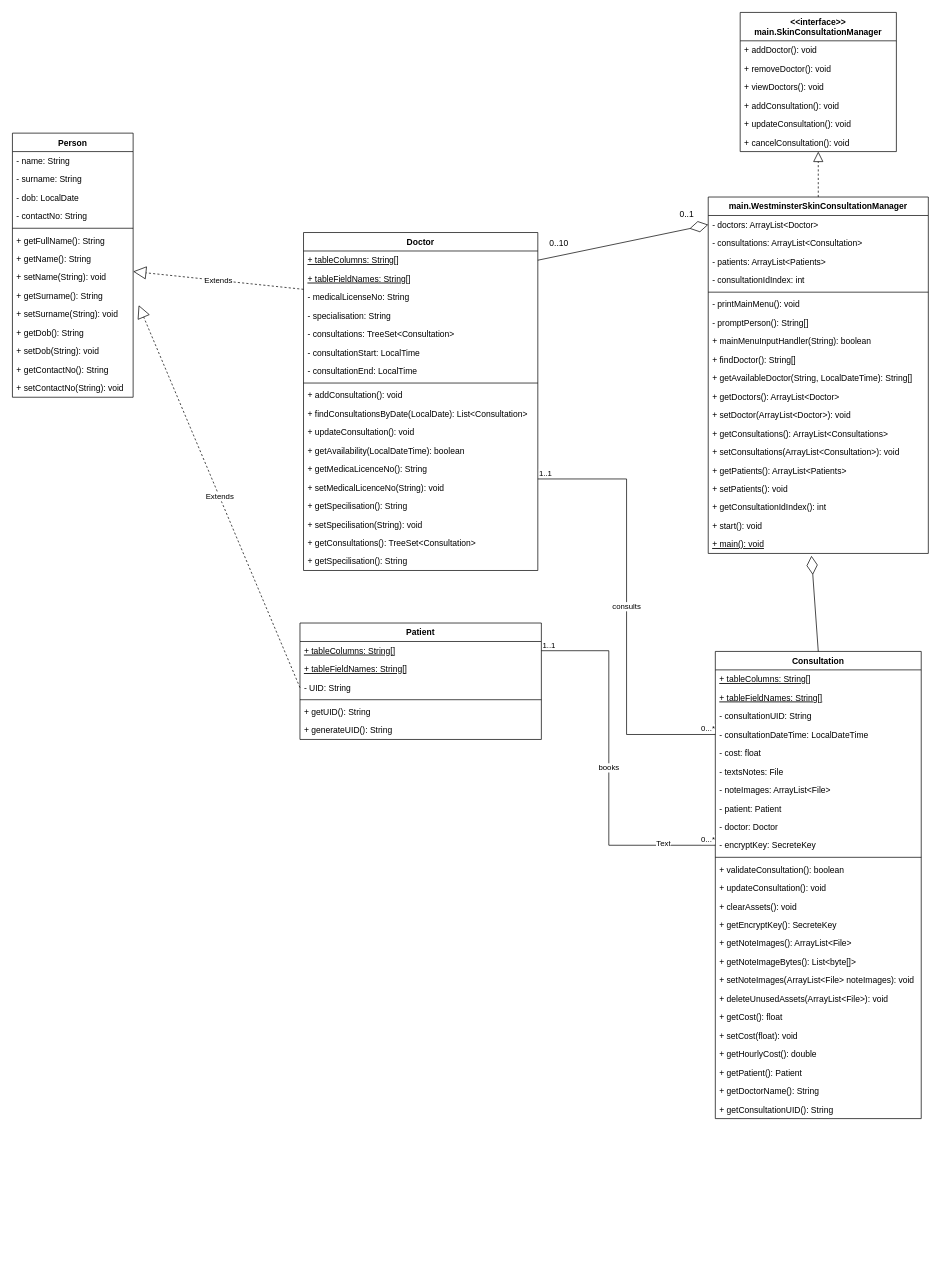
dovh-me/oop-consultationManager keeps this draw.io diagram as page "Copy of class diagram -v2" (4 of 4) of design/Untitled Diagram.drawio. Above is the earlier version. Source tidied: cells renumbered, new cells numbered last; positions are measured from the earlier drawing's top-left corner, leaving out a move shared by most shapes. Both pictures are drawn from the tidied source at 71%, with x=0, y=0 at pixel (12, 12).
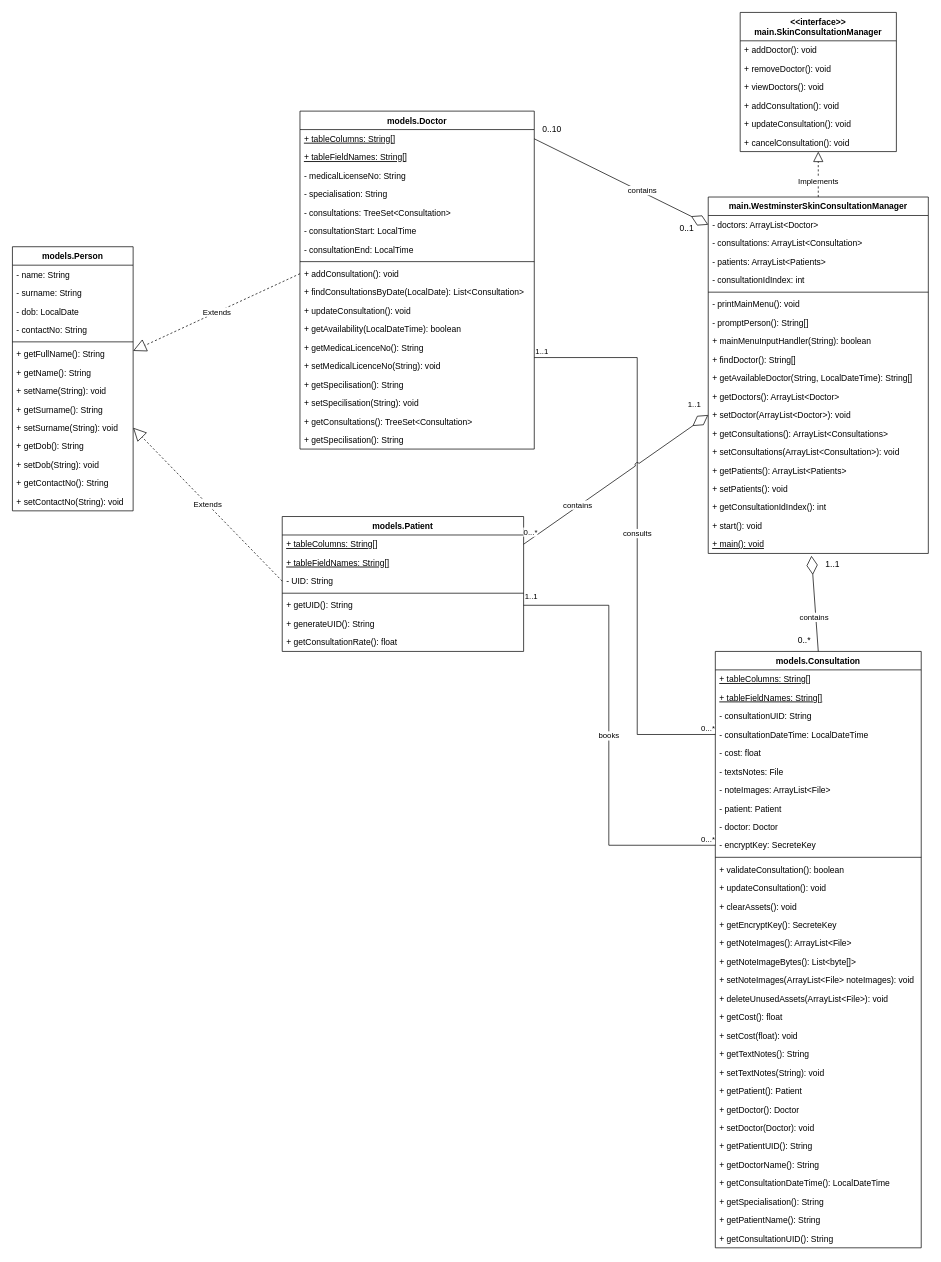
The same diagram, later.

Unchanged cells that the change refers to:
```xml
<mxCell id="12" value="+ setSurname(String): void" style="text;strokeColor=none;fillColor=none;align=left;verticalAlign=top;spacingLeft=4;spacingRight=4;overflow=hidden;points=[[0,0.5],[1,0.5]];portConstraint=eastwest;" parent="2" vertex="1">
  <mxGeometry y="242" width="170" height="26" as="geometry" />
</mxCell>
<mxCell id="26" value="+ addConsultation(): void" style="text;strokeColor=none;fillColor=none;align=left;verticalAlign=top;spacingLeft=4;spacingRight=4;overflow=hidden;points=[[0,0.5],[1,0.5]];portConstraint=eastwest;" parent="17" vertex="1">
  <mxGeometry y="216" width="330" height="26" as="geometry" />
</mxCell>
<mxCell id="31" value="+ setMedicalLicenceNo(String): void" style="text;strokeColor=none;fillColor=none;align=left;verticalAlign=top;spacingLeft=4;spacingRight=4;overflow=hidden;points=[[0,0.5],[1,0.5]];portConstraint=eastwest;" parent="17" vertex="1">
  <mxGeometry y="346" width="330" height="26" as="geometry" />
</mxCell>
<mxCell id="40" value="- consultationDateTime: LocalDateTime" style="text;strokeColor=none;fillColor=none;align=left;verticalAlign=top;spacingLeft=4;spacingRight=4;overflow=hidden;points=[[0,0.5],[1,0.5]];portConstraint=eastwest;" parent="36" vertex="1">
  <mxGeometry y="104" width="290" height="26" as="geometry" />
</mxCell>
<mxCell id="46" value="- encryptKey: SecreteKey" style="text;strokeColor=none;fillColor=none;align=left;verticalAlign=top;spacingLeft=4;spacingRight=4;overflow=hidden;points=[[0,0.5],[1,0.5]];portConstraint=eastwest;" parent="36" vertex="1">
  <mxGeometry y="260" width="290" height="26" as="geometry" />
</mxCell>
<mxCell id="62" value="main.WestminsterSkinConsultationManager" style="swimlane;fontStyle=1;align=center;verticalAlign=top;horizontal=1;startSize=26;" parent="1" vertex="1">
  <mxGeometry x="980" y="260" width="310" height="502" as="geometry" />
</mxCell>
<mxCell id="74" value="+ setDoctor(ArrayList&lt;Doctor&gt;): void" style="text;strokeColor=none;fillColor=none;align=left;verticalAlign=top;spacingLeft=4;spacingRight=4;overflow=hidden;points=[[0,0.5],[1,0.5]];portConstraint=eastwest;" parent="62" vertex="1">
  <mxGeometry y="294" width="310" height="26" as="geometry" />
</mxCell>
<mxCell id="82" value="&lt;&lt;interface&gt;&gt;&#10;main.SkinConsultationManager" style="swimlane;fontStyle=1;align=center;verticalAlign=top;horizontal=1;startSize=40;" parent="1" vertex="1">
  <mxGeometry x="1025" width="220" height="196" as="geometry" />
</mxCell>
<mxCell id="88" value="+ cancelConsultation(): void" style="text;strokeColor=none;fillColor=none;align=left;verticalAlign=top;spacingLeft=4;spacingRight=4;overflow=hidden;points=[[0,0.5],[1,0.5]];portConstraint=eastwest;" parent="82" vertex="1">
  <mxGeometry y="170" width="220" height="26" as="geometry" />
</mxCell>
<mxCell id="90" value="+ tableColumns: String[]" style="text;strokeColor=none;fillColor=none;align=left;verticalAlign=top;spacingLeft=4;spacingRight=4;overflow=hidden;points=[[0,0.5],[1,0.5]];portConstraint=eastwest;fontStyle=4;" parent="89" vertex="1">
  <mxGeometry y="26" width="340" height="26" as="geometry" />
</mxCell>
<mxCell id="92" value="- UID: String" style="text;strokeColor=none;fillColor=none;align=left;verticalAlign=top;spacingLeft=4;spacingRight=4;overflow=hidden;points=[[0,0.5],[1,0.5]];portConstraint=eastwest;" parent="89" vertex="1">
  <mxGeometry y="78" width="340" height="26" as="geometry" />
</mxCell>
<mxCell id="94" value="+ getUID(): String" style="text;strokeColor=none;fillColor=none;align=left;verticalAlign=top;spacingLeft=4;spacingRight=4;overflow=hidden;points=[[0,0.5],[1,0.5]];portConstraint=eastwest;" parent="89" vertex="1">
  <mxGeometry y="112" width="340" height="26" as="geometry" />
</mxCell>
<mxCell id="99" style="endArrow=diamondThin;endFill=0;endSize=24;html=1;rounded=0;exitX=1;exitY=0.5;exitDx=0;exitDy=0;entryX=0;entryY=0.5;entryDx=0;entryDy=0;" parent="1" edge="1" source="18" target="63">
  <mxGeometry relative="1" as="geometry" />
</mxCell>
<mxCell id="100" style="endArrow=diamondThin;endFill=0;endSize=24;html=1;rounded=0;exitX=0.5;exitY=0;exitDx=0;exitDy=0;entryX=0.469;entryY=1.126;entryDx=0;entryDy=0;entryPerimeter=0;" parent="1" edge="1" source="36" target="81">
  <mxGeometry relative="1" as="geometry" />
</mxCell>
```

The edit, as a diff of the source:
```diff
@@
-    <mxCell id="2" value="Person" style="swimlane;fontStyle=1;align=center;verticalAlign=top;horizontal=1;startSize=26;" parent="1" vertex="1">
-      <mxGeometry y="170" width="170" height="372" as="geometry" />
+    <mxCell id="2" value="models.Person" style="swimlane;fontStyle=1;align=center;verticalAlign=top;horizontal=1;startSize=26;" parent="1" vertex="1">
+      <mxGeometry y="330" width="170" height="372" as="geometry" />
     </mxCell>
@@
-    <mxCell id="17" value="Doctor" style="swimlane;fontStyle=1;align=center;verticalAlign=top;horizontal=1;startSize=26;" parent="1" vertex="1">
-      <mxGeometry x="410" y="310" width="330" height="476" as="geometry" />
+    <mxCell id="17" value="models.Doctor" style="swimlane;fontStyle=1;align=center;verticalAlign=top;horizontal=1;startSize=26;" parent="1" vertex="1">
+      <mxGeometry x="405" y="139" width="330" height="476" as="geometry" />
     </mxCell>
@@
-    <mxCell id="36" value="Consultation" style="swimlane;fontStyle=1;align=center;verticalAlign=top;horizontal=1;startSize=26;" parent="1" vertex="1">
-      <mxGeometry x="990" y="900" width="290" height="658" as="geometry" />
+    <mxCell id="36" value="models.Consultation" style="swimlane;fontStyle=1;align=center;verticalAlign=top;horizontal=1;startSize=26;" parent="1" vertex="1">
+      <mxGeometry x="990" y="900" width="290" height="840" as="geometry" />
     </mxCell>
@@
-    <mxCell id="58" value="+ getHourlyCost(): double" style="text;strokeColor=none;fillColor=none;align=left;verticalAlign=top;spacingLeft=4;spacingRight=4;overflow=hidden;" parent="36" vertex="1">
-      <mxGeometry y="554" width="290" height="26" as="geometry" />
-    </mxCell>
+    <mxCell id="110" value="+ getTextNotes(): String" style="text;strokeColor=none;fillColor=none;align=left;verticalAlign=top;spacingLeft=4;spacingRight=4;overflow=hidden;" parent="36" vertex="1">
+      <mxGeometry y="554" width="290" height="26" as="geometry" />
+    </mxCell>
+    <mxCell id="111" value="+ setTextNotes(String): void" style="text;strokeColor=none;fillColor=none;align=left;verticalAlign=top;spacingLeft=4;spacingRight=4;overflow=hidden;" parent="36" vertex="1">
+      <mxGeometry y="580" width="290" height="26" as="geometry" />
+    </mxCell>
     <mxCell id="59" value="+ getPatient(): Patient" style="text;strokeColor=none;fillColor=none;align=left;verticalAlign=top;spacingLeft=4;spacingRight=4;overflow=hidden;" parent="36" vertex="1">
-      <mxGeometry y="580" width="290" height="26" as="geometry" />
+      <mxGeometry y="606" width="290" height="26" as="geometry" />
     </mxCell>
+    <mxCell id="112" value="+ getDoctor(): Doctor" style="text;strokeColor=none;fillColor=none;align=left;verticalAlign=top;spacingLeft=4;spacingRight=4;overflow=hidden;" parent="36" vertex="1">
+      <mxGeometry y="632" width="290" height="26" as="geometry" />
+    </mxCell>
+    <mxCell id="113" value="+ setDoctor(Doctor): void" style="text;strokeColor=none;fillColor=none;align=left;verticalAlign=top;spacingLeft=4;spacingRight=4;overflow=hidden;" parent="36" vertex="1">
+      <mxGeometry y="658" width="290" height="26" as="geometry" />
+    </mxCell>
+    <mxCell id="114" value="+ getPatientUID(): String" style="text;strokeColor=none;fillColor=none;align=left;verticalAlign=top;spacingLeft=4;spacingRight=4;overflow=hidden;" parent="36" vertex="1">
+      <mxGeometry y="684" width="290" height="26" as="geometry" />
+    </mxCell>
     <mxCell id="60" value="+ getDoctorName(): String" style="text;strokeColor=none;fillColor=none;align=left;verticalAlign=top;spacingLeft=4;spacingRight=4;overflow=hidden;" parent="36" vertex="1">
-      <mxGeometry y="606" width="290" height="26" as="geometry" />
+      <mxGeometry y="710" width="290" height="26" as="geometry" />
     </mxCell>
+    <mxCell id="115" value="+ getConsultationDateTime(): LocalDateTime" style="text;strokeColor=none;fillColor=none;align=left;verticalAlign=top;spacingLeft=4;spacingRight=4;overflow=hidden;" parent="36" vertex="1">
+      <mxGeometry y="736" width="290" height="26" as="geometry" />
+    </mxCell>
+    <mxCell id="116" value="+ getSpecialisation(): String" style="text;strokeColor=none;fillColor=none;align=left;verticalAlign=top;spacingLeft=4;spacingRight=4;overflow=hidden;" parent="36" vertex="1">
+      <mxGeometry y="762" width="290" height="26" as="geometry" />
+    </mxCell>
+    <mxCell id="117" value="+ getPatientName(): String" style="text;strokeColor=none;fillColor=none;align=left;verticalAlign=top;spacingLeft=4;spacingRight=4;overflow=hidden;" parent="36" vertex="1">
+      <mxGeometry y="788" width="290" height="26" as="geometry" />
+    </mxCell>
     <mxCell id="61" value="+ getConsultationUID(): String" style="text;strokeColor=none;fillColor=none;align=left;verticalAlign=top;spacingLeft=4;spacingRight=4;overflow=hidden;" parent="36" vertex="1">
-      <mxGeometry y="632" width="290" height="26" as="geometry" />
+      <mxGeometry y="814" width="290" height="26" as="geometry" />
     </mxCell>
@@
-    <mxCell id="89" value="Patient" style="swimlane;fontStyle=1;align=center;verticalAlign=top;horizontal=1;startSize=26;" parent="1" vertex="1">
-      <mxGeometry x="405" y="860" width="340" height="164" as="geometry" />
+    <mxCell id="89" value="models.Patient" style="swimlane;fontStyle=1;align=center;verticalAlign=top;horizontal=1;startSize=26;" parent="1" vertex="1">
+      <mxGeometry x="380" y="710" width="340" height="190" as="geometry" />
     </mxCell>
@@
+    <mxCell id="58" value="+ getConsultationRate(): float&#10;" style="text;strokeColor=none;fillColor=none;align=left;verticalAlign=top;spacingLeft=4;spacingRight=4;overflow=hidden;" parent="89" vertex="1">
+      <mxGeometry y="164" width="340" height="26" as="geometry" />
+    </mxCell>
-    <mxCell id="96" value="Extends" style="endArrow=block;endSize=16;endFill=0;html=1;rounded=0;dashed=1;" parent="1" edge="1" target="2">
-      <mxGeometry relative="1" as="geometry">
-        <mxPoint x="410" y="390" as="sourcePoint" />
-      </mxGeometry>
+    <mxCell id="96" value="Extends" style="endArrow=block;endSize=16;endFill=0;html=1;rounded=0;dashed=1;exitX=0;exitY=0.5;exitDx=0;exitDy=0;" parent="1" edge="1" source="26" target="2">
+      <mxGeometry relative="1" as="geometry" />
     </mxCell>
-    <mxCell id="97" value="Extends" style="endArrow=block;endSize=16;endFill=0;html=1;rounded=0;dashed=1;exitX=0;exitY=0.5;exitDx=0;exitDy=0;entryX=1.046;entryY=0.01;entryDx=0;entryDy=0;entryPerimeter=0;" parent="1" edge="1" source="92" target="12">
+    <mxCell id="97" value="Extends" style="endArrow=block;endSize=16;endFill=0;html=1;rounded=0;dashed=1;exitX=0;exitY=0.5;exitDx=0;exitDy=0;entryX=1;entryY=0.5;entryDx=0;entryDy=0;" parent="1" edge="1" source="92" target="12">
       <mxGeometry relative="1" as="geometry" />
     </mxCell>
-    <mxCell id="98" style="endArrow=block;dashed=1;endFill=0;endSize=12;html=1;rounded=0;exitX=0.5;exitY=0;exitDx=0;exitDy=0;" parent="1" edge="1" source="62" target="82">
+    <mxCell id="98" style="endArrow=block;dashed=1;endFill=0;endSize=12;html=1;rounded=0;exitX=0.5;exitY=0;exitDx=0;exitDy=0;entryX=0.5;entryY=1;entryDx=0;entryDy=0;entryPerimeter=0;" parent="1" edge="1" source="62" target="88">
       <mxGeometry relative="1" as="geometry" />
     </mxCell>
+    <mxCell id="118" value="Implements" style="edgeLabel;html=1;align=center;verticalAlign=middle;" parent="98" vertex="1">
+      <mxGeometry x="-0.28" y="1" relative="1" as="geometry" />
+    </mxCell>
@@
+    <mxCell id="119" value="contains" style="edgeLabel;html=1;align=center;verticalAlign=middle;" parent="99" vertex="1">
+      <mxGeometry x="0.23" y="2" relative="1" as="geometry" />
+    </mxCell>
@@
+    <mxCell id="120" value="contains" style="edgeLabel;html=1;align=center;verticalAlign=middle;" parent="100" vertex="1">
+      <mxGeometry x="-0.28" y="3" relative="1" as="geometry" />
+    </mxCell>
     <mxCell id="101" value="consults" style="endArrow=none;html=1;edgeStyle=orthogonalEdgeStyle;rounded=0;exitX=1;exitY=0.042;exitDx=0;exitDy=0;exitPerimeter=0;entryX=0;entryY=0.5;entryDx=0;entryDy=0;" parent="1" edge="1" source="31" target="40">
-      <mxGeometry relative="1" as="geometry" />
+      <mxGeometry relative="1" as="geometry">
+        <Array as="points">
+          <mxPoint x="880" y="486" />
+          <mxPoint x="880" y="1017" />
+        </Array>
+      </mxGeometry>
     </mxCell>
@@
     <mxCell id="104" value="0..10" style="text;html=1;strokeColor=none;fillColor=none;align=center;verticalAlign=middle;whiteSpace=wrap;rounded=0;" parent="1" vertex="1">
-      <mxGeometry x="740" y="310" width="60" height="30" as="geometry" />
+      <mxGeometry x="730" y="150" width="60" height="30" as="geometry" />
     </mxCell>
     <mxCell id="105" value="0..1" style="text;html=1;strokeColor=none;fillColor=none;align=center;verticalAlign=middle;whiteSpace=wrap;rounded=0;" parent="1" vertex="1">
-      <mxGeometry x="920" y="270" width="60" height="30" as="geometry" />
+      <mxGeometry x="920" y="290" width="60" height="30" as="geometry" />
     </mxCell>
-    <mxCell id="106" value="books" style="endArrow=none;html=1;edgeStyle=orthogonalEdgeStyle;rounded=0;exitX=1;exitY=0.5;exitDx=0;exitDy=0;entryX=0;entryY=0.5;entryDx=0;entryDy=0;" parent="1" edge="1" source="90" target="46">
+    <mxCell id="106" value="books" style="endArrow=none;html=1;edgeStyle=orthogonalEdgeStyle;rounded=0;exitX=1;exitY=0.5;exitDx=0;exitDy=0;entryX=0;entryY=0.5;entryDx=0;entryDy=0;" parent="1" edge="1" source="94" target="46">
       <mxGeometry relative="1" as="geometry">
         <Array as="points">
-          <mxPoint x="840" y="899" />
+          <mxPoint x="840" y="835" />
           <mxPoint x="840" y="1173" />
         </Array>
       </mxGeometry>
     </mxCell>
     <mxCell id="107" value="1..1" style="edgeLabel;html=1;align=left;verticalAlign=bottom;" parent="106" vertex="1">
-      <mxGeometry x="-1" relative="1" as="geometry" />
+      <mxGeometry x="-1" relative="1" as="geometry">
+        <mxPoint y="-5" as="offset" />
+      </mxGeometry>
     </mxCell>
@@
-    <mxCell id="109" value="Text" style="edgeLabel;html=1;align=center;verticalAlign=middle;" parent="106" vertex="1">
-      <mxGeometry x="0.72" y="3" relative="1" as="geometry">
-        <mxPoint x="-1" as="offset" />
-      </mxGeometry>
-    </mxCell>
+    <mxCell id="121" style="endArrow=diamondThin;endFill=0;endSize=24;html=1;rounded=0;strokeWidth=1;jumpStyle=arc;entryX=0;entryY=0.5;entryDx=0;entryDy=0;exitX=1;exitY=0.5;exitDx=0;exitDy=0;" parent="1" edge="1" source="90" target="74">
+      <mxGeometry relative="1" as="geometry" />
+    </mxCell>
+    <mxCell id="122" value="contains" style="edgeLabel;html=1;align=center;verticalAlign=middle;" parent="121" vertex="1">
+      <mxGeometry x="-0.41" y="2" relative="1" as="geometry" />
+    </mxCell>
+    <mxCell id="123" value="0...*" style="edgeLabel;html=1;align=right;verticalAlign=bottom;" parent="1" vertex="1">
+      <mxGeometry x="740" y="740" as="geometry" />
+    </mxCell>
+    <mxCell id="124" value="1..1" style="edgeLabel;html=1;align=right;verticalAlign=bottom;" parent="1" vertex="1">
+      <mxGeometry x="970" y="560" as="geometry" />
+    </mxCell>
+    <mxCell id="125" value="0..*" style="text;html=1;align=center;verticalAlign=middle;strokeColor=none;fillColor=none;" parent="1" vertex="1">
+      <mxGeometry x="1095" y="870" width="40" height="30" as="geometry" />
+    </mxCell>
+    <mxCell id="126" value="1..1" style="text;html=1;align=center;verticalAlign=middle;strokeColor=none;fillColor=none;" parent="1" vertex="1">
+      <mxGeometry x="1135" y="762" width="40" height="30" as="geometry" />
+    </mxCell>
```
